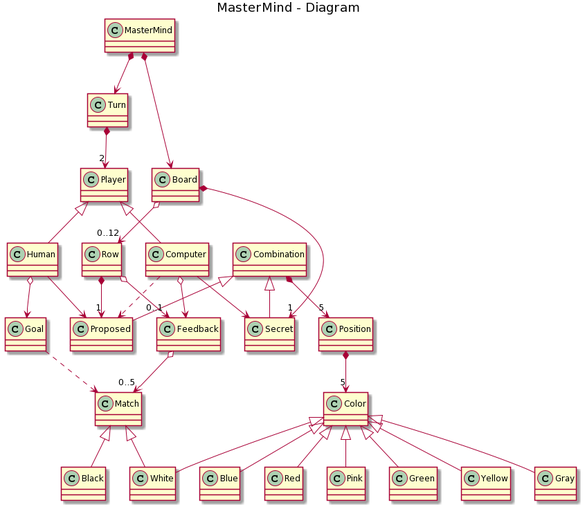
EnriqueCF/MasterMind keeps this PlantUML diagram as uml.png. Above is the earlier version.
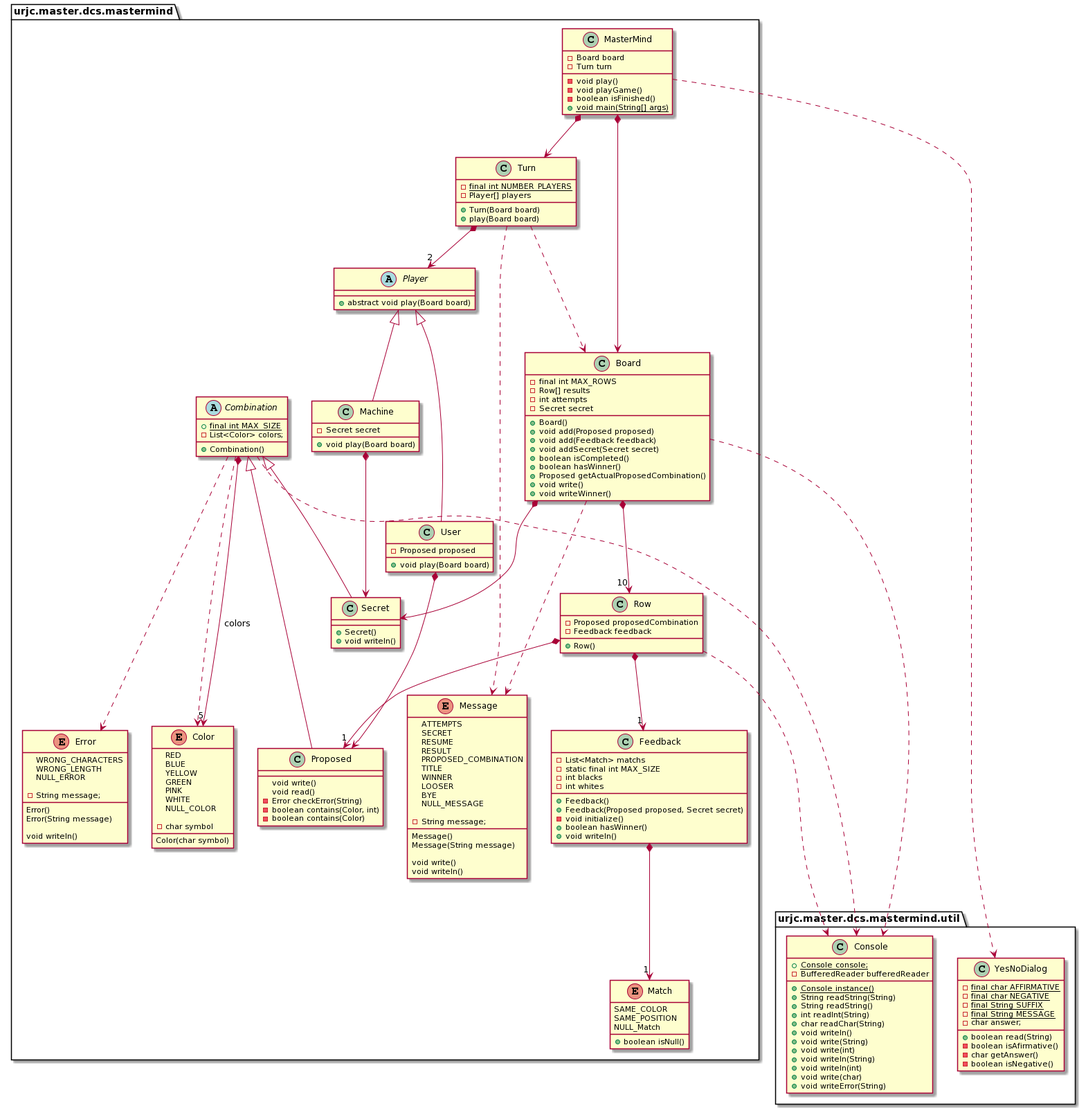
Later version of the same file.

The edit, as a diff of the source:
```diff
@@ -1,44 +1,204 @@
 @startuml
-title MasterMind - Diagram
+class urjc.master.dcs.mastermind.util.Console {
 
-class MasterMind
+	+ {static} Console console;
+	+ {static} Console instance()
+	- BufferedReader bufferedReader
+	+ String readString(String)
+	+ String readString()
+	+ int readInt(String)
+	+ char readChar(String)
+	+ void writeln()
+	+ void write(String)
+	+ void write(int)
+	+ void writeln(String)
+	+ void writeln(int)
+	+ void write(char)
+	+ void writeError(String)
+}
 
-MasterMind *--> Turn
-MasterMind *--> Board
+class urjc.master.dcs.mastermind.util.YesNoDialog {
 
-Turn *--> "2" Player
+	- {static} final char AFFIRMATIVE
+	- {static} final char NEGATIVE
+	- {static} final String SUFFIX
+	- {static} final String MESSAGE
+	- char answer;
+	+ boolean read(String)
+	- boolean isAfirmative()
+	- char getAnswer()
+	- boolean isNegative()
 
-Player <|-- Human
-Player <|-- Computer
+}
 
-Computer --> Secret
-Computer o--> Feedback
-Human --> Proposed
-Human o--> Goal
 
-Computer ..> Proposed
-Goal ..> Match
+class urjc.master.dcs.mastermind.MasterMind {
+    - Board board
+    - Turn turn
 
-Combination <|-- Secret
-Combination <|-- Proposed
+    - void play()
+    - void playGame()
+    - boolean isFinished()
+    + {static} void main(String[] args)
+}
 
-Board *--> "1" Secret
-Board o--> "0..12" Row
+class urjc.master.dcs.mastermind.Board {
+    - final int MAX_ROWS
+    - Row[] results
+    - int attempts
+    - Secret secret
 
-Row *--> "1" Proposed
-Row o--> "0..1" Feedback
+    + Board()
+    + void add(Proposed proposed)
+    + void add(Feedback feedback)
+    + void addSecret(Secret secret)
+    + boolean isCompleted()
+    + boolean hasWinner()
+    + Proposed getActualProposedCombination()
+    + void write()
+    + void writeWinner()
+}
 
-Feedback o--> "0..5" Match
-Match <|-- White
-Match <|-- Black
+class urjc.master.dcs.mastermind.Turn {
+    - {static} final int NUMBER_PLAYERS
+    - Player[] players
+    + Turn(Board board)
+    + play(Board board)
+}
 
-Combination *--> "5" Position
-Position *--> "5" Color
-Color <|-- White
-Color <|-- Blue
-Color <|-- Red
-Color <|-- Pink
-Color <|-- Green
-Color <|-- Yellow
-Color <|-- Gray
+class urjc.master.dcs.mastermind.Row {
+    - Proposed proposedCombination
+    - Feedback feedback
+    + Row()
+}
+
+class urjc.master.dcs.mastermind.Feedback {
+    - List<Match> matchs
+    - static final int MAX_SIZE
+	- int blacks
+    - int whites
+
+    + Feedback()
+	+ Feedback(Proposed proposed, Secret secret)
+	- void initialize()
+	+ boolean hasWinner()
+	+ void writeln()
+}
+
+abstract class urjc.master.dcs.mastermind.Player {
+    + abstract void play(Board board)
+}
+
+class urjc.master.dcs.mastermind.User extends urjc.master.dcs.mastermind.Player{
+    - Proposed proposed
+    + void play(Board board)
+}
+
+class urjc.master.dcs.mastermind.Machine extends urjc.master.dcs.mastermind.Player{
+    - Secret secret
+    + void play(Board board)
+}
+
+abstract class urjc.master.dcs.mastermind.Combination {
+    + {static} final int MAX_SIZE
+    - List<Color> colors;
+
+    + Combination()
+}
+class urjc.master.dcs.mastermind.Secret extends urjc.master.dcs.mastermind.Combination {
+	+ Secret()
+	+ void writeln()
+}
+
+class urjc.master.dcs.mastermind.Proposed extends urjc.master.dcs.mastermind.Combination{
+	void write()
+	void read()
+	- Error checkError(String)
+	- boolean contains(Color, int)
+	- boolean contains(Color)
+}
+enum urjc.master.dcs.mastermind.Match {
+	SAME_COLOR
+	SAME_POSITION
+	NULL_Match
+
+	+ boolean isNull()
+}
+enum urjc.master.dcs.mastermind.Color {
+	RED
+	BLUE
+	YELLOW
+	GREEN
+	PINK
+    WHITE
+	NULL_COLOR
+
+	- char symbol
+
+	Color(char symbol)
+
+}
+
+enum urjc.master.dcs.mastermind.Error {
+	WRONG_CHARACTERS
+	WRONG_LENGTH
+	NULL_ERROR
+
+	- String message;
+
+	Error()
+	Error(String message)
+
+	void writeln()
+}
+
+enum urjc.master.dcs.mastermind.Message {
+    ATTEMPTS
+    SECRET
+    RESUME
+    RESULT
+    PROPOSED_COMBINATION
+    TITLE
+    WINNER
+    LOOSER
+    BYE
+    NULL_MESSAGE
+
+    - String message;
+
+    Message()
+    Message(String message)
+
+    void write()
+    void writeln()
+}
+
+class urjc.master.dcs.mastermind.util.Console
+class urjc.master.dcs.mastermind.util.YesNoDialog
+
+urjc.master.dcs.mastermind.MasterMind *--> urjc.master.dcs.mastermind.Board
+urjc.master.dcs.mastermind.MasterMind *--> urjc.master.dcs.mastermind.Turn
+urjc.master.dcs.mastermind.MasterMind ...> urjc.master.dcs.mastermind.util.YesNoDialog
+
+urjc.master.dcs.mastermind.Board *--> "10" urjc.master.dcs.mastermind.Row
+urjc.master.dcs.mastermind.Board *--> urjc.master.dcs.mastermind.Secret
+urjc.master.dcs.mastermind.Board ...> urjc.master.dcs.mastermind.util.Console
+urjc.master.dcs.mastermind.Board ...> urjc.master.dcs.mastermind.Message
+
+urjc.master.dcs.mastermind.User *--> urjc.master.dcs.mastermind.Proposed
+urjc.master.dcs.mastermind.Machine *--> urjc.master.dcs.mastermind.Secret
+
+urjc.master.dcs.mastermind.Turn *--> "2" urjc.master.dcs.mastermind.Player
+urjc.master.dcs.mastermind.Turn ...> urjc.master.dcs.mastermind.Message
+urjc.master.dcs.mastermind.Turn ...> urjc.master.dcs.mastermind.Board
+
+urjc.master.dcs.mastermind.Row *--> "1" urjc.master.dcs.mastermind.Proposed
+urjc.master.dcs.mastermind.Row *--> "1" urjc.master.dcs.mastermind.Feedback
+urjc.master.dcs.mastermind.Feedback*--> "1" urjc.master.dcs.mastermind.Match
+urjc.master.dcs.mastermind.Row ...> urjc.master.dcs.mastermind.util.Console
+
+urjc.master.dcs.mastermind.Combination ...> urjc.master.dcs.mastermind.util.Console
+urjc.master.dcs.mastermind.Combination ...> urjc.master.dcs.mastermind.Color
+urjc.master.dcs.mastermind.Combination ...> urjc.master.dcs.mastermind.Error
+urjc.master.dcs.mastermind.Combination *-down-> "5" urjc.master.dcs.mastermind.Color : colors
 @enduml
```
